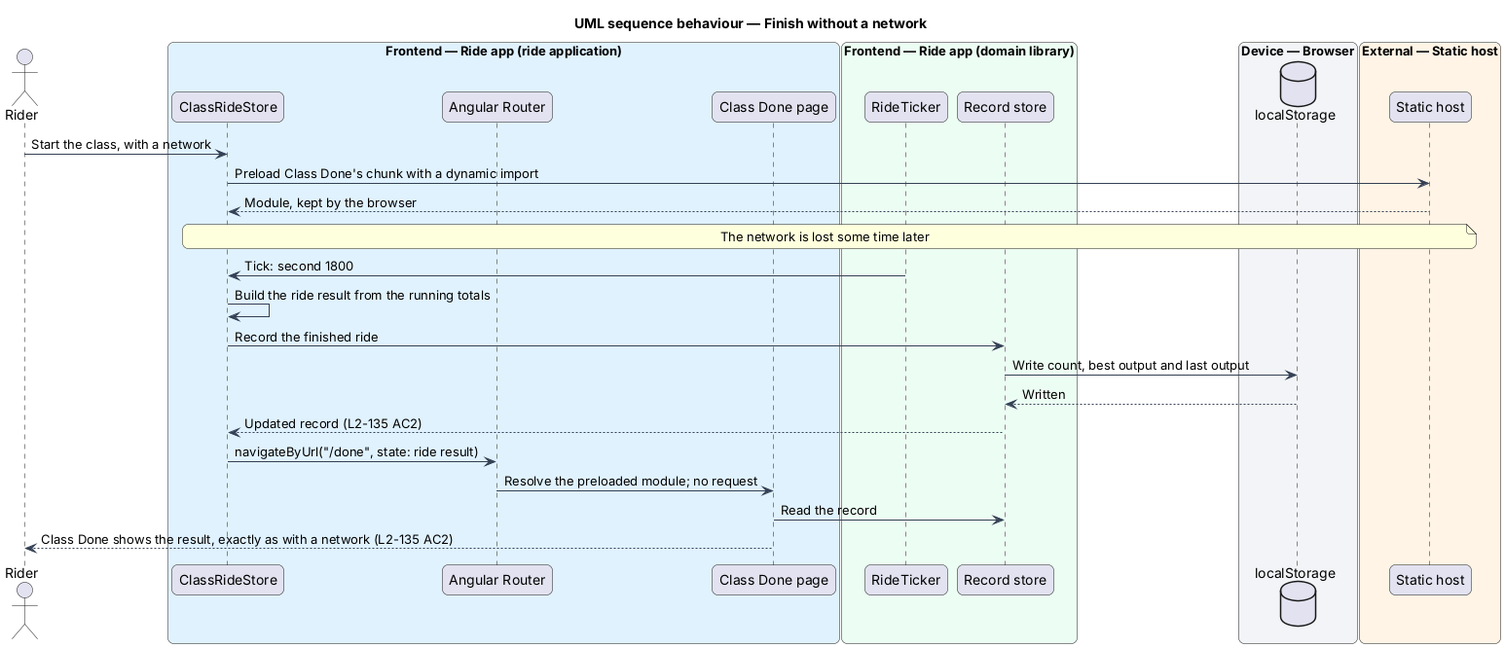
QuinntyneBrown/ride-one keeps this PlantUML diagram as docs/detailed-designs/performance/ride-without-a-network/diagrams/sequence-finish-without-a-network.png. Above is the earlier version. The source it was exported from:
```plantuml
@startuml
title UML sequence behaviour — Finish without a network
skinparam backgroundColor #FFFFFF
skinparam shadowing false
skinparam roundcorner 12
skinparam defaultFontName Arial
skinparam ArrowColor #344054
skinparam rectangle {
  BorderColor #344054
  FontColor #101828
}
skinparam package {
  BorderColor #667085
  FontColor #101828
  BackgroundColor #F9FAFB
}
actor "Rider" as rider
box "Frontend — Ride app (ride application)" #E0F2FE
  participant "ClassRideStore" as store
  participant "Angular Router" as router
  participant "Class Done page" as done
end box
box "Frontend — Ride app (domain library)" #ECFDF3
  participant "RideTicker" as ticker
  participant "Record store" as record
end box
box "Device — Browser" #F2F4F7
  database "localStorage" as ls
end box
box "External — Static host" #FFF4E5
  participant "Static host" as host
end box
rider -> store : Start the class, with a network
store -> host : Preload Class Done's chunk with a dynamic import
host --> store : Module, kept by the browser
note over store, host : The network is lost some time later
ticker -> store : Tick: second 1800
store -> store : Build the ride result from the running totals
store -> record : Record the finished ride
record -> ls : Write count, best output and last output
ls --> record : Written
record --> store : Updated record (L2-135 AC2)
store -> router : navigateByUrl("/done", state: ride result)
router -> done : Resolve the preloaded module; no request
done -> record : Read the record
done --> rider : Class Done shows the result, exactly as with a network (L2-135 AC2)
@enduml
```
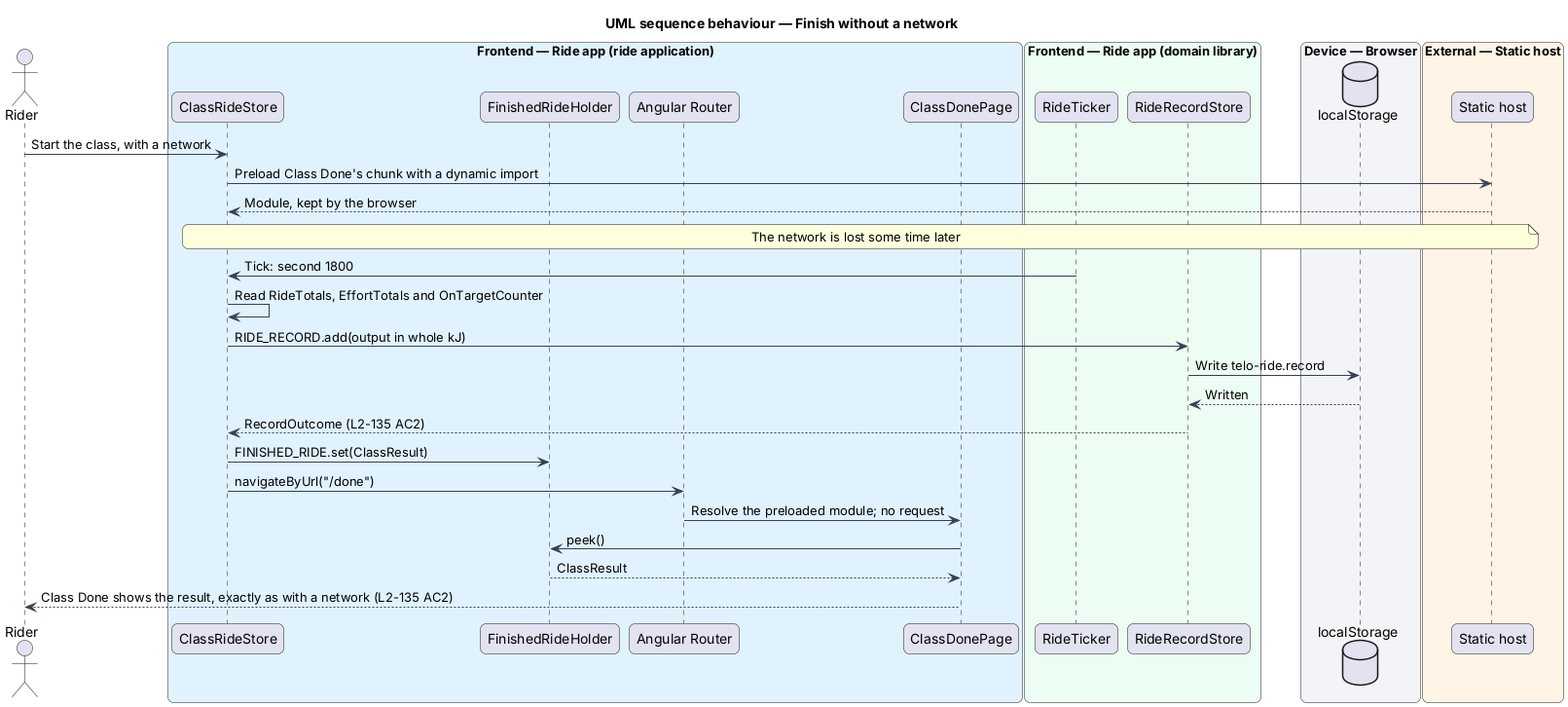
After the commit.

What changed in the source:
```diff
@@ -17,12 +17,13 @@
 actor "Rider" as rider
 box "Frontend — Ride app (ride application)" #E0F2FE
   participant "ClassRideStore" as store
+  participant "FinishedRideHolder" as holder
   participant "Angular Router" as router
-  participant "Class Done page" as done
+  participant "ClassDonePage" as done
 end box
 box "Frontend — Ride app (domain library)" #ECFDF3
   participant "RideTicker" as ticker
-  participant "Record store" as record
+  participant "RideRecordStore" as record
 end box
 box "Device — Browser" #F2F4F7
   database "localStorage" as ls
@@ -35,13 +36,15 @@
 host --> store : Module, kept by the browser
 note over store, host : The network is lost some time later
 ticker -> store : Tick: second 1800
-store -> store : Build the ride result from the running totals
-store -> record : Record the finished ride
-record -> ls : Write count, best output and last output
+store -> store : Read RideTotals, EffortTotals and OnTargetCounter
+store -> record : RIDE_RECORD.add(output in whole kJ)
+record -> ls : Write telo-ride.record
 ls --> record : Written
-record --> store : Updated record (L2-135 AC2)
-store -> router : navigateByUrl("/done", state: ride result)
+record --> store : RecordOutcome (L2-135 AC2)
+store -> holder : FINISHED_RIDE.set(ClassResult)
+store -> router : navigateByUrl("/done")
 router -> done : Resolve the preloaded module; no request
-done -> record : Read the record
+done -> holder : peek()
+holder --> done : ClassResult
 done --> rider : Class Done shows the result, exactly as with a network (L2-135 AC2)
 @enduml
```
